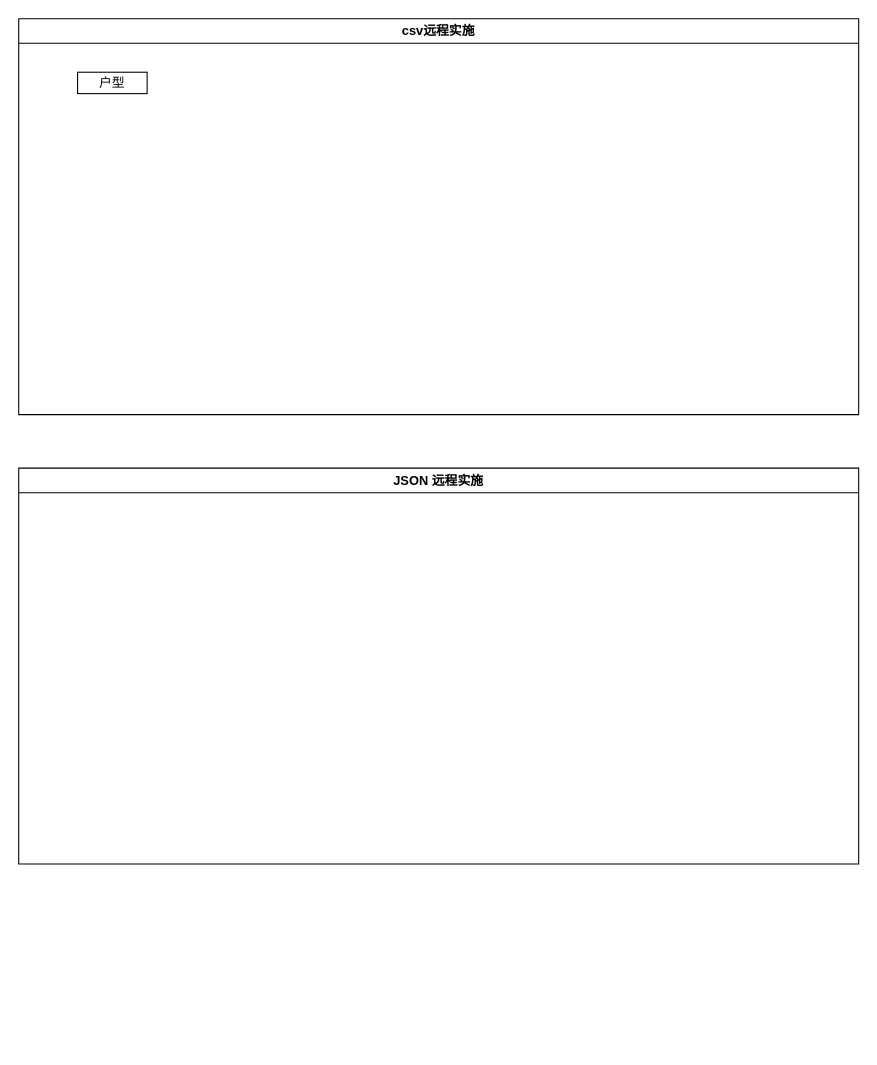
Before: yzs/技管平台--远程实施.drawio in yanglei1992/documents, a draw.io diagram. Source tidied: cells renumbered, new cells numbered last; positions are measured from the earlier drawing's top-left corner, leaving out a move shared by most shapes. Both pictures are drawn from the tidied source at 107%, with x=0, y=0 at pixel (18, 18).
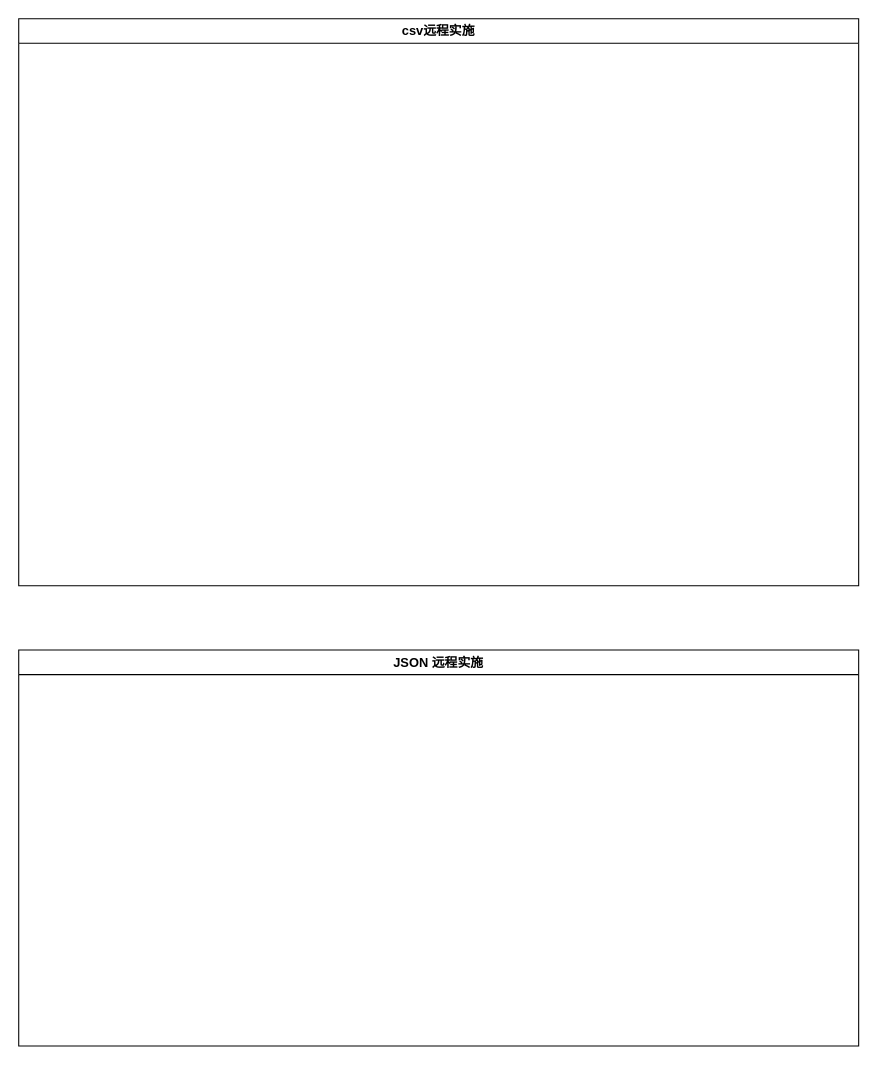
After the change.

Commit message (it also covers changes not shown here):
更新技管平台--远程实施.drawio

Change to the diagram source:
```diff
@@
 <mxGraphModel>
   <root>
     <mxCell id="0" />
     <mxCell id="1" parent="0" />
     <mxCell id="2" value="csv远程实施" style="swimlane;whiteSpace=wrap;html=1;" parent="1" vertex="1">
-      <mxGeometry width="785" height="370" as="geometry" />
+      <mxGeometry width="785" height="530" as="geometry" />
     </mxCell>
-    <mxCell id="3" value="户型" style="rounded=0;whiteSpace=wrap;html=1;" parent="2" vertex="1">
-      <mxGeometry x="55" y="50" width="65" height="20" as="geometry" />
-    </mxCell>
     <mxCell id="4" value="JSON 远程实施" style="swimlane;whiteSpace=wrap;html=1;startSize=23;" parent="1" vertex="1">
-      <mxGeometry y="420" width="785" height="370" as="geometry" />
+      <mxGeometry y="590" width="785" height="370" as="geometry" />
     </mxCell>
   </root>
 </mxGraphModel>
```
